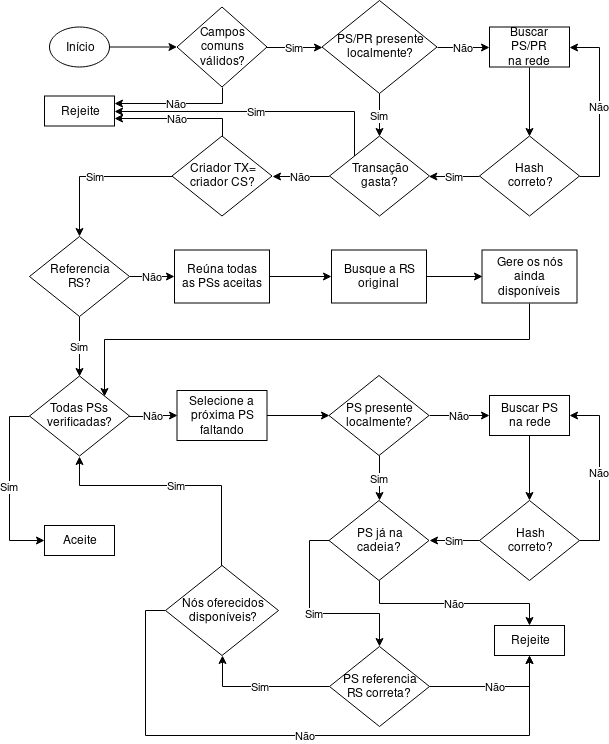
Before: imagens/validacao_cs.png, a diagram exported from draw.io (WiltonLoch/TCC). Source tidied: cells renumbered, new cells last; positions are measured from the earlier drawing's top-left corner, leaving out a move shared by most shapes.
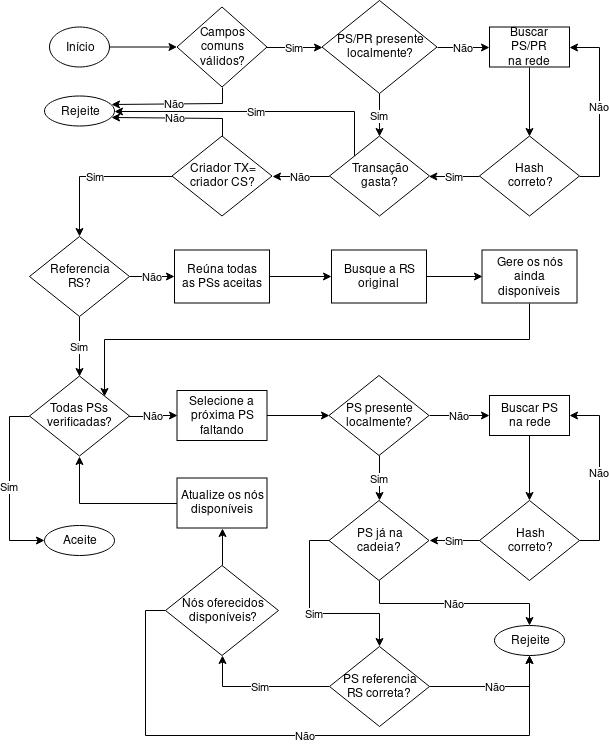
After the change.

What changed in the source:
```diff
@@ -21,7 +21,7 @@
     <mxCell id="6" style="endArrow=classic;html=1;entryX=0;entryY=0.5;entryDx=0;entryDy=0;exitX=1;exitY=0.5;exitDx=0;exitDy=0;" parent="1" edge="1" source="2" target="5">
       <mxGeometry relative="1" as="geometry" />
     </mxCell>
-    <mxCell id="7" value="Rejeite" style="rounded=0;whiteSpace=wrap;html=1;" parent="1" vertex="1">
+    <mxCell id="7" value="Rejeite" style="ellipse;whiteSpace=wrap;html=1;fontFamily=Helvetica;fontSize=12;fontColor=#000000;align=center;strokeColor=#000000;fillColor=#ffffff;" parent="1" vertex="1">
       <mxGeometry x="15" y="95.5" width="70" height="30" as="geometry" />
     </mxCell>
     <mxCell id="8" value="Não" style="edgeStyle=orthogonalEdgeStyle;rounded=0;jettySize=auto;html=1;entryX=0;entryY=0.5;entryDx=0;entryDy=0;" parent="1" edge="1" source="10" target="13">
@@ -33,7 +33,7 @@
     <mxCell id="10" value="Todas PSs verificadas?" style="rhombus;whiteSpace=wrap;html=1;" parent="1" vertex="1">
       <mxGeometry y="375.5" width="100" height="80" as="geometry" />
     </mxCell>
-    <mxCell id="11" value="Aceite" style="rounded=0;whiteSpace=wrap;html=1;" parent="1" vertex="1">
+    <mxCell id="11" value="Aceite" style="ellipse;whiteSpace=wrap;html=1;fontFamily=Helvetica;fontSize=12;fontColor=#000000;align=center;strokeColor=#000000;fillColor=#ffffff;" parent="1" vertex="1">
       <mxGeometry x="15" y="525" width="70" height="30" as="geometry" />
     </mxCell>
     <mxCell id="12" style="edgeStyle=orthogonalEdgeStyle;rounded=0;jettySize=auto;html=1;entryX=0;entryY=0.5;entryDx=0;entryDy=0;" parent="1" edge="1" source="13" target="16">
@@ -75,7 +75,7 @@
     <mxCell id="24" value="&lt;div&gt;PS já na&lt;/div&gt;&lt;div&gt;cadeia?&lt;br&gt;&lt;/div&gt;" style="rhombus;whiteSpace=wrap;html=1;" parent="1" vertex="1">
       <mxGeometry x="299.5" y="500" width="100" height="80" as="geometry" />
     </mxCell>
-    <mxCell id="25" value="Rejeite" style="rounded=0;whiteSpace=wrap;html=1;" parent="1" vertex="1">
+    <mxCell id="25" value="Rejeite" style="ellipse;whiteSpace=wrap;html=1;fontFamily=Helvetica;fontSize=12;fontColor=#000000;align=center;strokeColor=#000000;fillColor=#ffffff;" parent="1" vertex="1">
       <mxGeometry x="465" y="625" width="70" height="30" as="geometry" />
     </mxCell>
     <mxCell id="26" value="Não" style="edgeStyle=orthogonalEdgeStyle;rounded=0;jettySize=auto;html=1;exitX=1;exitY=0.5;exitDx=0;exitDy=0;entryX=0.5;entryY=1;entryDx=0;entryDy=0;" parent="1" edge="1" source="28" target="25">
@@ -87,14 +87,6 @@
     <mxCell id="28" value="&lt;div&gt;PS referencia&lt;/div&gt;&lt;div&gt;RS correta?&lt;br&gt;&lt;/div&gt;" style="rhombus;whiteSpace=wrap;html=1;" parent="1" vertex="1">
       <mxGeometry x="300" y="646" width="100" height="80" as="geometry" />
     </mxCell>
-    <mxCell id="29" value="Sim" style="edgeStyle=orthogonalEdgeStyle;rounded=0;jettySize=auto;html=1;exitX=0.5;exitY=0;exitDx=0;exitDy=0;entryX=0.5;entryY=1;entryDx=0;entryDy=0;" parent="1" edge="1" source="31" target="10">
-      <mxGeometry relative="1" as="geometry">
-        <Array as="points">
-          <mxPoint x="192" y="485" />
-          <mxPoint x="50" y="485" />
-        </Array>
-      </mxGeometry>
-    </mxCell>
     <mxCell id="30" value="Não" style="edgeStyle=orthogonalEdgeStyle;rounded=0;jettySize=auto;html=1;exitX=0;exitY=0.5;exitDx=0;exitDy=0;entryX=0.5;entryY=1;entryDx=0;entryDy=0;" parent="1" edge="1" source="31" target="25">
       <mxGeometry relative="1" as="geometry">
         <Array as="points">
@@ -104,6 +96,9 @@
         </Array>
       </mxGeometry>
     </mxCell>
+    <mxCell id="55" style="edgeStyle=orthogonalEdgeStyle;rounded=0;jettySize=auto;html=1;exitX=0.5;exitY=0;exitDx=0;exitDy=0;entryX=0.5;entryY=1;entryDx=0;entryDy=0;" parent="1" edge="1" source="31" target="57">
+      <mxGeometry relative="1" as="geometry" />
+    </mxCell>
     <mxCell id="31" value="&lt;div&gt;Nós oferecidos&lt;/div&gt;&lt;div&gt;disponíveis?&lt;/div&gt;" style="rhombus;whiteSpace=wrap;html=1;" parent="1" vertex="1">
       <mxGeometry x="136" y="565" width="113" height="90" as="geometry" />
     </mxCell>
@@ -184,5 +179,11 @@
     <mxCell id="54" value="&lt;div&gt;Criador TX=&lt;/div&gt;&lt;div&gt;criador CS?&lt;br&gt;&lt;/div&gt;" style="rhombus;whiteSpace=wrap;html=1;" parent="1" vertex="1">
       <mxGeometry x="142.5" y="135.5" width="100" height="80" as="geometry" />
     </mxCell>
+    <mxCell id="56" style="edgeStyle=orthogonalEdgeStyle;rounded=0;jettySize=auto;html=1;exitX=0;exitY=0.5;exitDx=0;exitDy=0;entryX=0.5;entryY=1;entryDx=0;entryDy=0;" parent="1" edge="1" source="57" target="10">
+      <mxGeometry relative="1" as="geometry" />
+    </mxCell>
+    <mxCell id="57" value="Atualize os nós disponíveis" style="rounded=0;whiteSpace=wrap;html=1;" parent="1" vertex="1">
+      <mxGeometry x="147.5" y="477.5" width="90" height="50" as="geometry" />
+    </mxCell>
   </root>
 </mxGraphModel>
```
